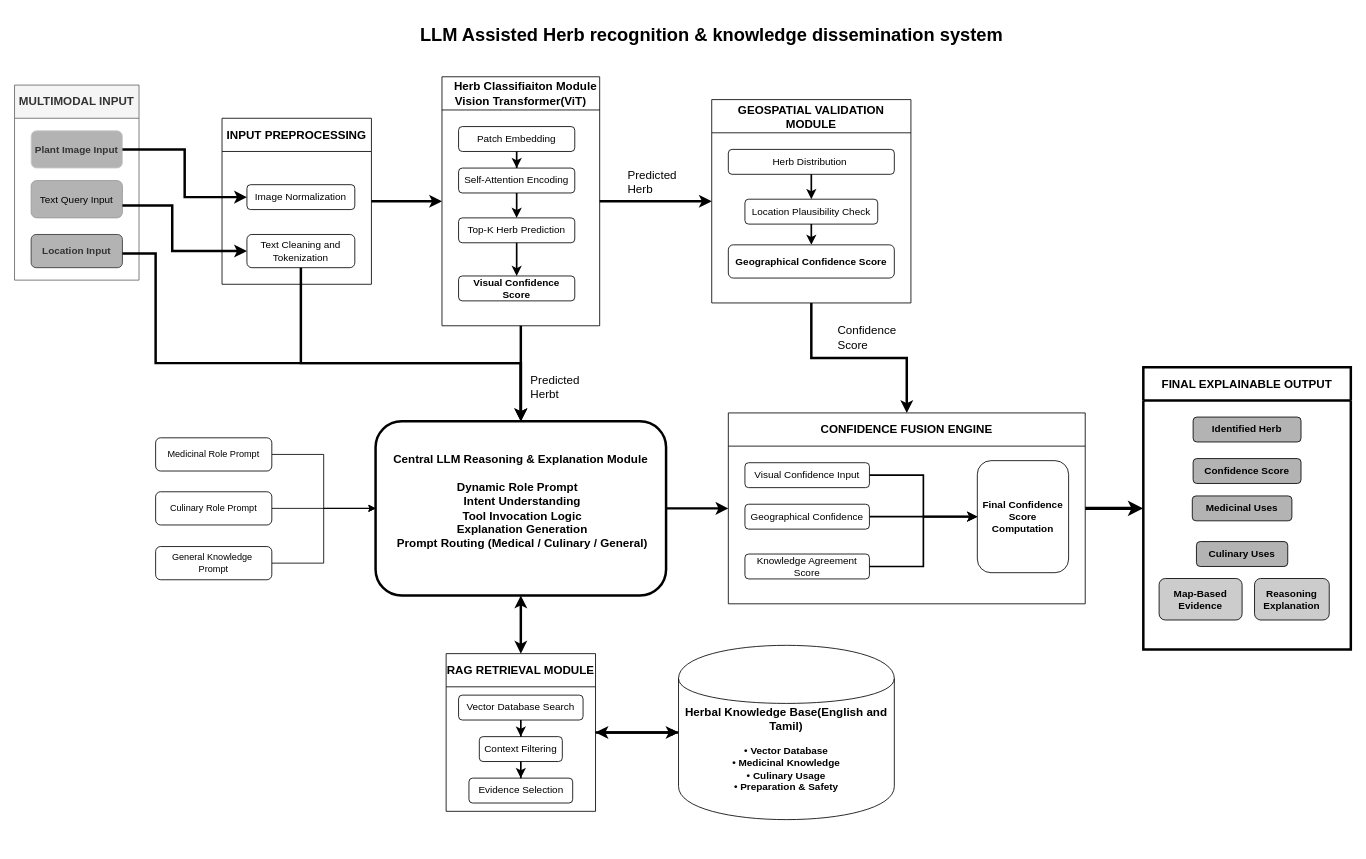
Earlier version of the draw.io diagram Architecture.drawio (Raja-saga/herb-recognition_final). Source tidied: cells renumbered, new cells numbered last; positions are measured from the earlier drawing's top-left corner, leaving out a move shared by most shapes. Both pictures are drawn from the tidied source at 83%, with x=0, y=0 at pixel (14, 14).
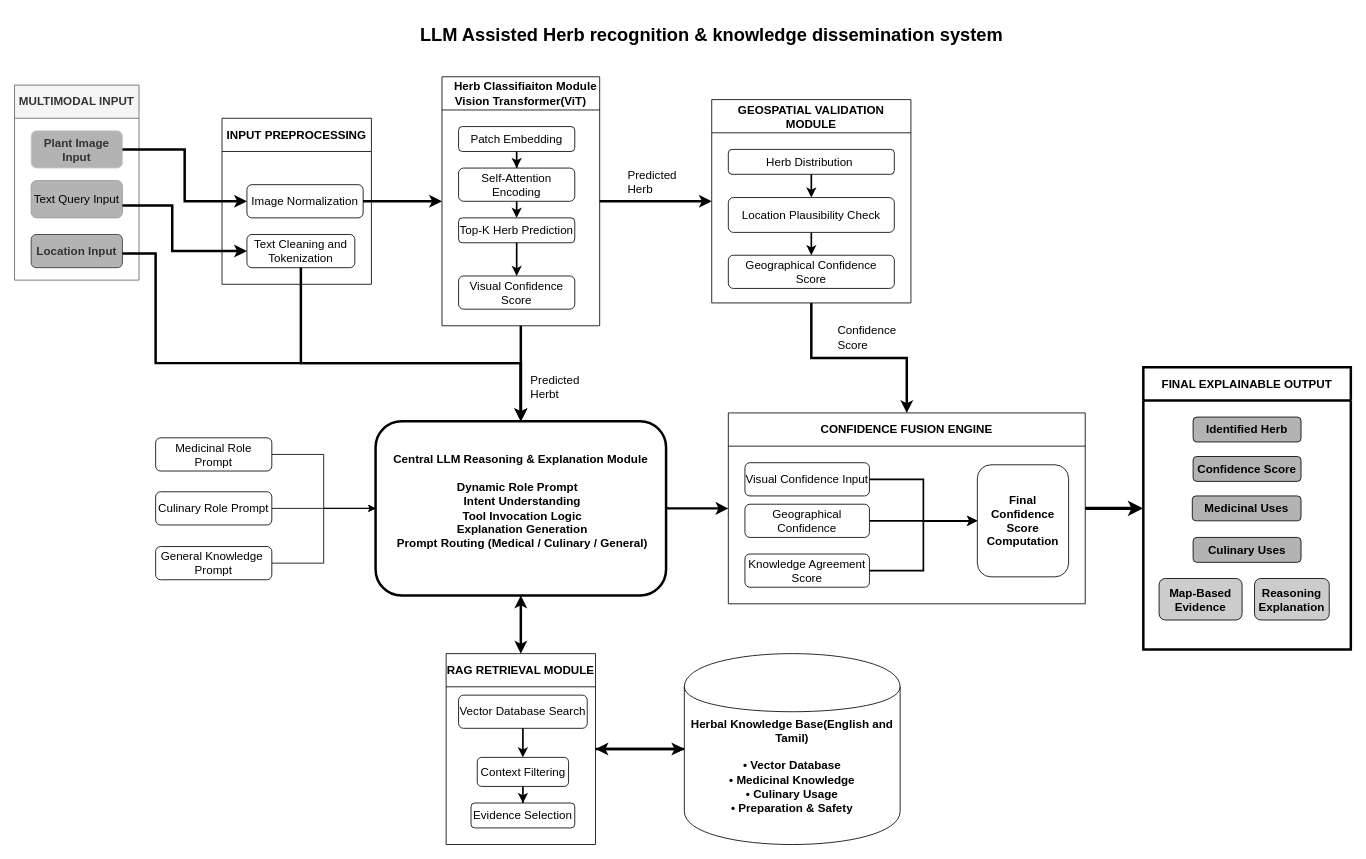
Above is the later version.

Unchanged cells that the change refers to:
```xml
<mxCell id="3" value="MULTIMODAL INPUT" style="swimlane;whiteSpace=wrap;html=1;fontSize=14;fontStyle=1;startSize=40;fillColor=#f5f5f5;strokeColor=#666666;fontColor=#333333;" parent="1" vertex="1">
  <mxGeometry y="85" width="150" height="235" as="geometry" />
</mxCell>
<mxCell id="7" value="INPUT PREPROCESSING" style="swimlane;whiteSpace=wrap;html=1;fontSize=14;fontStyle=1;startSize=40;" parent="1" vertex="1">
  <mxGeometry x="250" y="125" width="180" height="200" as="geometry" />
</mxCell>
<mxCell id="10" value="&amp;nbsp; &amp;nbsp;Herb Classifiaiton Module&lt;br&gt;Vision Transformer(ViT)" style="swimlane;whiteSpace=wrap;html=1;fontSize=14;fontStyle=1;startSize=40;" parent="1" vertex="1">
  <mxGeometry x="515" y="75" width="190" height="300" as="geometry" />
</mxCell>
<mxCell id="16" value="GEOSPATIAL VALIDATION MODULE" style="swimlane;whiteSpace=wrap;html=1;fontSize=14;fontStyle=1;startSize=40;" parent="1" vertex="1">
  <mxGeometry x="840" y="102.5" width="240" height="245" as="geometry" />
</mxCell>
<mxCell id="27" value="CONFIDENCE FUSION ENGINE" style="swimlane;whiteSpace=wrap;html=1;fontSize=14;fontStyle=1;startSize=40;" parent="1" vertex="1">
  <mxGeometry x="860" y="480" width="430" height="230" as="geometry" />
</mxCell>
<mxCell id="34" value="FINAL EXPLAINABLE OUTPUT" style="swimlane;whiteSpace=wrap;html=1;fontSize=14;fontStyle=1;startSize=40;strokeWidth=3;" parent="1" vertex="1">
  <mxGeometry x="1360" y="425" width="250" height="340" as="geometry" />
</mxCell>
```

Diff of the diagram source:
```diff
@@
-    <mxCell id="4" value="&lt;b&gt;Plant Image Input&lt;/b&gt;" style="rounded=1;whiteSpace=wrap;html=1;fontSize=12;fillColor=#B3B3B3;strokeColor=#CCCCCC;fontColor=#333333;" parent="3" vertex="1">
+    <mxCell id="4" value="&lt;b&gt;&lt;font style=&quot;font-size: 14px&quot;&gt;Plant Image Input&lt;/font&gt;&lt;/b&gt;" style="rounded=1;whiteSpace=wrap;html=1;fontSize=12;fillColor=#B3B3B3;strokeColor=#CCCCCC;fontColor=#333333;" parent="3" vertex="1">
       <mxGeometry x="20" y="55" width="110" height="45" as="geometry" />
     </mxCell>
-    <mxCell id="5" value="&lt;font color=&quot;#000000&quot;&gt;Text Query Input&lt;/font&gt;" style="rounded=1;whiteSpace=wrap;html=1;fontSize=12;fillColor=#B3B3B3;strokeColor=#999999;fontColor=#333333;" parent="3" vertex="1">
+    <mxCell id="5" value="&lt;font color=&quot;#000000&quot; style=&quot;font-size: 14px&quot;&gt;Text Query Input&lt;/font&gt;" style="rounded=1;whiteSpace=wrap;html=1;fontSize=12;fillColor=#B3B3B3;strokeColor=#999999;fontColor=#333333;" parent="3" vertex="1">
       <mxGeometry x="20" y="115" width="110" height="45" as="geometry" />
     </mxCell>
-    <mxCell id="6" value="&lt;b&gt;Location Input&lt;/b&gt;" style="rounded=1;whiteSpace=wrap;html=1;fontSize=12;fillColor=#B3B3B3;strokeColor=#333333;fontColor=#333333;" parent="3" vertex="1">
+    <mxCell id="6" value="&lt;b&gt;&lt;font style=&quot;font-size: 14px&quot;&gt;Location Input&lt;/font&gt;&lt;/b&gt;" style="rounded=1;whiteSpace=wrap;html=1;fontSize=12;fillColor=#B3B3B3;strokeColor=#333333;fontColor=#333333;" parent="3" vertex="1">
       <mxGeometry x="20" y="180" width="110" height="40" as="geometry" />
     </mxCell>
@@
-    <mxCell id="8" value="Image Normalization" style="rounded=1;whiteSpace=wrap;html=1;fontSize=12;" parent="7" vertex="1">
-      <mxGeometry x="30" y="80" width="130" height="30" as="geometry" />
+    <mxCell id="8" value="&lt;font style=&quot;font-size: 14px&quot;&gt;Image Normalization&lt;/font&gt;" style="rounded=1;whiteSpace=wrap;html=1;fontSize=12;" parent="7" vertex="1">
+      <mxGeometry x="30" y="80" width="140" height="40" as="geometry" />
     </mxCell>
-    <mxCell id="9" value="Text Cleaning and Tokenization" style="rounded=1;whiteSpace=wrap;html=1;fontSize=12;" parent="7" vertex="1">
+    <mxCell id="9" value="&lt;font style=&quot;font-size: 14px&quot;&gt;Text Cleaning and Tokenization&lt;/font&gt;" style="rounded=1;whiteSpace=wrap;html=1;fontSize=12;" parent="7" vertex="1">
       <mxGeometry x="30" y="140" width="130" height="40" as="geometry" />
     </mxCell>
@@
-    <mxCell id="11" value="Patch Embedding" style="rounded=1;whiteSpace=wrap;html=1;fontSize=12;" parent="10" vertex="1">
+    <mxCell id="11" value="&lt;font style=&quot;font-size: 14px&quot;&gt;Patch Embedding&lt;/font&gt;" style="rounded=1;whiteSpace=wrap;html=1;fontSize=12;" parent="10" vertex="1">
       <mxGeometry x="20" y="60" width="140" height="30" as="geometry" />
     </mxCell>
@@
-    <mxCell id="13" value="Self-Attention Encoding" style="rounded=1;whiteSpace=wrap;html=1;fontSize=12;" parent="10" vertex="1">
-      <mxGeometry x="20" y="110" width="140" height="30" as="geometry" />
+    <mxCell id="13" value="&lt;font style=&quot;font-size: 14px&quot;&gt;Self-Attention Encoding&lt;/font&gt;" style="rounded=1;whiteSpace=wrap;html=1;fontSize=12;" parent="10" vertex="1">
+      <mxGeometry x="20" y="110" width="140" height="40" as="geometry" />
     </mxCell>
-    <mxCell id="14" value="Top-K Herb Prediction" style="rounded=1;whiteSpace=wrap;html=1;fontSize=12;" parent="10" vertex="1">
+    <mxCell id="14" value="&lt;font style=&quot;font-size: 14px&quot;&gt;Top-K Herb Prediction&lt;/font&gt;" style="rounded=1;whiteSpace=wrap;html=1;fontSize=12;" parent="10" vertex="1">
       <mxGeometry x="20" y="170" width="140" height="30" as="geometry" />
     </mxCell>
-    <mxCell id="15" value="Visual Confidence Score" style="rounded=1;whiteSpace=wrap;html=1;fontSize=12;fontStyle=1;" parent="10" vertex="1">
-      <mxGeometry x="20" y="240" width="140" height="30" as="geometry" />
+    <mxCell id="15" value="&lt;font style=&quot;font-size: 14px ; font-weight: normal&quot;&gt;Visual Confidence Score&lt;/font&gt;" style="rounded=1;whiteSpace=wrap;html=1;fontSize=12;fontStyle=1;" parent="10" vertex="1">
+      <mxGeometry x="20" y="240" width="140" height="40" as="geometry" />
     </mxCell>
@@
-    <mxCell id="17" value="Herb Distribution&amp;nbsp;" style="rounded=1;whiteSpace=wrap;html=1;fontSize=12;" parent="16" vertex="1">
+    <mxCell id="17" value="&lt;font style=&quot;font-size: 14px&quot;&gt;Herb Distribution&amp;nbsp;&lt;/font&gt;" style="rounded=1;whiteSpace=wrap;html=1;fontSize=12;" parent="16" vertex="1">
       <mxGeometry x="20" y="60" width="200" height="30" as="geometry" />
     </mxCell>
@@
-    <mxCell id="19" value="Location Plausibility Check" style="rounded=1;whiteSpace=wrap;html=1;fontSize=12;" parent="16" vertex="1">
-      <mxGeometry x="40" y="120" width="160" height="30" as="geometry" />
+    <mxCell id="19" value="&lt;font style=&quot;font-size: 14px&quot;&gt;Location Plausibility Check&lt;/font&gt;" style="rounded=1;whiteSpace=wrap;html=1;fontSize=12;" parent="16" vertex="1">
+      <mxGeometry x="20" y="118" width="200" height="42" as="geometry" />
     </mxCell>
-    <mxCell id="20" value="Geographical Confidence Score" style="rounded=1;whiteSpace=wrap;html=1;fontSize=12;fontStyle=1;" parent="16" vertex="1">
-      <mxGeometry x="20" y="175" width="200" height="40" as="geometry" />
+    <mxCell id="20" value="&lt;font style=&quot;font-size: 14px ; font-weight: normal&quot;&gt;Geographical Confidence Score&lt;/font&gt;" style="rounded=1;whiteSpace=wrap;html=1;fontSize=12;fontStyle=1;" parent="16" vertex="1">
+      <mxGeometry x="20" y="187.5" width="200" height="40" as="geometry" />
     </mxCell>
@@
     <mxCell id="23" value="RAG RETRIEVAL MODULE" style="swimlane;whiteSpace=wrap;html=1;fontSize=14;fontStyle=1;startSize=40;" parent="1" vertex="1">
-      <mxGeometry x="520" y="770" width="180" height="190" as="geometry" />
+      <mxGeometry x="520" y="770" width="180" height="230" as="geometry" />
     </mxCell>
-    <mxCell id="24" value="Vector Database Search" style="rounded=1;whiteSpace=wrap;html=1;fontSize=12;" parent="23" vertex="1">
-      <mxGeometry x="15" y="50" width="150" height="30" as="geometry" />
+    <mxCell id="24" value="&lt;font style=&quot;font-size: 14px&quot;&gt;Vector Database Search&lt;/font&gt;" style="rounded=1;whiteSpace=wrap;html=1;fontSize=12;" parent="23" vertex="1">
+      <mxGeometry x="15" y="50" width="155" height="40" as="geometry" />
     </mxCell>
-    <mxCell id="25" value="Context Filtering" style="rounded=1;whiteSpace=wrap;html=1;fontSize=12;" parent="23" vertex="1">
-      <mxGeometry x="40" y="100" width="100" height="30" as="geometry" />
+    <mxCell id="25" value="&lt;font style=&quot;font-size: 14px&quot;&gt;Context Filtering&lt;/font&gt;" style="rounded=1;whiteSpace=wrap;html=1;fontSize=12;" parent="23" vertex="1">
+      <mxGeometry x="37.5" y="125" width="110" height="35" as="geometry" />
     </mxCell>
-    <mxCell id="26" value="Evidence Selection" style="rounded=1;whiteSpace=wrap;html=1;fontSize=12;" parent="23" vertex="1">
-      <mxGeometry x="27.5" y="150" width="125" height="30" as="geometry" />
+    <mxCell id="26" value="&lt;font style=&quot;font-size: 14px&quot;&gt;Evidence Selection&lt;/font&gt;" style="rounded=1;whiteSpace=wrap;html=1;fontSize=12;" parent="23" vertex="1">
+      <mxGeometry x="30" y="180" width="125" height="30" as="geometry" />
     </mxCell>
@@
-    <mxCell id="29" value="Visual Confidence Input" style="rounded=1;whiteSpace=wrap;html=1;fontSize=12;" parent="27" vertex="1">
-      <mxGeometry x="20" y="60" width="150" height="30" as="geometry" />
+    <mxCell id="29" value="&lt;font style=&quot;font-size: 14px&quot;&gt;Visual Confidence Input&lt;/font&gt;" style="rounded=1;whiteSpace=wrap;html=1;fontSize=12;" parent="27" vertex="1">
+      <mxGeometry x="20" y="60" width="150" height="40" as="geometry" />
     </mxCell>
@@
-    <mxCell id="31" value="Geographical Confidence" style="rounded=1;whiteSpace=wrap;html=1;fontSize=12;" parent="27" vertex="1">
-      <mxGeometry x="20" y="110" width="150" height="30" as="geometry" />
+    <mxCell id="31" value="&lt;font style=&quot;font-size: 14px&quot;&gt;Geographical Confidence&lt;/font&gt;" style="rounded=1;whiteSpace=wrap;html=1;fontSize=12;" parent="27" vertex="1">
+      <mxGeometry x="20" y="110" width="150" height="40" as="geometry" />
     </mxCell>
-    <mxCell id="32" value="Knowledge Agreement Score" style="rounded=1;whiteSpace=wrap;html=1;fontSize=12;" parent="27" vertex="1">
-      <mxGeometry x="20" y="170" width="150" height="30" as="geometry" />
+    <mxCell id="32" value="&lt;font style=&quot;font-size: 14px&quot;&gt;Knowledge Agreement Score&lt;/font&gt;" style="rounded=1;whiteSpace=wrap;html=1;fontSize=12;" parent="27" vertex="1">
+      <mxGeometry x="20" y="170" width="150" height="40" as="geometry" />
     </mxCell>
-    <mxCell id="33" value="Final Confidence Score Computation" style="rounded=1;whiteSpace=wrap;html=1;fontSize=12;fontStyle=1;" parent="27" vertex="1">
-      <mxGeometry x="300" y="57.5" width="110" height="135" as="geometry" />
+    <mxCell id="33" value="&lt;font style=&quot;font-size: 14px&quot;&gt;Final Confidence Score Computation&lt;/font&gt;" style="rounded=1;whiteSpace=wrap;html=1;fontSize=12;fontStyle=1;" parent="27" vertex="1">
+      <mxGeometry x="300" y="62.5" width="110" height="135" as="geometry" />
     </mxCell>
@@
-    <mxCell id="35" value="Identified Herb" style="rounded=1;whiteSpace=wrap;html=1;fontSize=12;fontStyle=1;fillColor=#B3B3B3;" parent="34" vertex="1">
+    <mxCell id="35" value="&lt;font style=&quot;font-size: 14px&quot;&gt;Identified Herb&lt;/font&gt;" style="rounded=1;whiteSpace=wrap;html=1;fontSize=12;fontStyle=1;fillColor=#B3B3B3;" parent="34" vertex="1">
       <mxGeometry x="60" y="60" width="130" height="30" as="geometry" />
     </mxCell>
-    <mxCell id="36" value="Confidence Score" style="rounded=1;whiteSpace=wrap;html=1;fontSize=12;fontStyle=1;fillColor=#B3B3B3;" parent="34" vertex="1">
-      <mxGeometry x="60" y="110" width="130" height="30" as="geometry" />
+    <mxCell id="36" value="&lt;font style=&quot;font-size: 14px&quot;&gt;Confidence Score&lt;/font&gt;" style="rounded=1;whiteSpace=wrap;html=1;fontSize=12;fontStyle=1;fillColor=#B3B3B3;" parent="34" vertex="1">
+      <mxGeometry x="60" y="107.5" width="130" height="30" as="geometry" />
     </mxCell>
-    <mxCell id="37" value="&lt;b&gt;Medicinal Uses&lt;/b&gt;" style="rounded=1;whiteSpace=wrap;html=1;fontSize=12;fillColor=#B3B3B3;" parent="34" vertex="1">
-      <mxGeometry x="59" y="155" width="120" height="30" as="geometry" />
+    <mxCell id="37" value="&lt;b&gt;&lt;font style=&quot;font-size: 14px&quot;&gt;Medicinal Uses&lt;/font&gt;&lt;/b&gt;" style="rounded=1;whiteSpace=wrap;html=1;fontSize=12;fillColor=#B3B3B3;" parent="34" vertex="1">
+      <mxGeometry x="59" y="155" width="131" height="30" as="geometry" />
     </mxCell>
-    <mxCell id="38" value="&lt;b&gt;Culinary Uses&lt;/b&gt;" style="rounded=1;whiteSpace=wrap;html=1;fontSize=12;fillColor=#B3B3B3;" parent="34" vertex="1">
-      <mxGeometry x="64" y="210" width="110" height="30" as="geometry" />
+    <mxCell id="38" value="&lt;b&gt;&lt;font style=&quot;font-size: 14px&quot;&gt;Culinary Uses&lt;/font&gt;&lt;/b&gt;" style="rounded=1;whiteSpace=wrap;html=1;fontSize=12;fillColor=#B3B3B3;" parent="34" vertex="1">
+      <mxGeometry x="60" y="205" width="130" height="30" as="geometry" />
     </mxCell>
-    <mxCell id="39" value="&lt;b&gt;Map-Based Evidence&lt;/b&gt;" style="rounded=1;whiteSpace=wrap;html=1;fontSize=12;fillColor=#CCCCCC;" parent="34" vertex="1">
+    <mxCell id="39" value="&lt;b&gt;&lt;font style=&quot;font-size: 14px&quot;&gt;Map-Based Evidence&lt;/font&gt;&lt;/b&gt;" style="rounded=1;whiteSpace=wrap;html=1;fontSize=12;fillColor=#CCCCCC;" parent="34" vertex="1">
       <mxGeometry x="19" y="254.5" width="100" height="50" as="geometry" />
     </mxCell>
-    <mxCell id="40" value="&lt;b&gt;Reasoning Explanation&lt;/b&gt;" style="rounded=1;whiteSpace=wrap;html=1;fontSize=12;fillColor=#CCCCCC;" parent="34" vertex="1">
+    <mxCell id="40" value="&lt;b&gt;&lt;font style=&quot;font-size: 14px&quot;&gt;Reasoning Explanation&lt;/font&gt;&lt;/b&gt;" style="rounded=1;whiteSpace=wrap;html=1;fontSize=12;fillColor=#CCCCCC;" parent="34" vertex="1">
       <mxGeometry x="134" y="254.5" width="90" height="50" as="geometry" />
     </mxCell>
-    <mxCell id="41" style="edgeStyle=orthogonalEdgeStyle;rounded=0;jettySize=auto;html=1;strokeWidth=3;" parent="1" edge="1" source="7" target="10">
-      <mxGeometry relative="1" as="geometry" />
-    </mxCell>
@@
-    <mxCell id="56" value="&lt;font style=&quot;font-size: 14px&quot;&gt;&lt;span style=&quot;font-weight: 700&quot;&gt;Herbal Knowledge Base(English and Tamil)&lt;/span&gt;&lt;br style=&quot;font-weight: 700&quot;&gt;&lt;/font&gt;&lt;br style=&quot;font-weight: 700&quot;&gt;&lt;span style=&quot;font-weight: 700&quot;&gt;• Vector Database&lt;/span&gt;&lt;br style=&quot;font-weight: 700&quot;&gt;&lt;span style=&quot;font-weight: 700&quot;&gt;• Medicinal Knowledge&lt;/span&gt;&lt;br style=&quot;font-weight: 700&quot;&gt;&lt;span style=&quot;font-weight: 700&quot;&gt;• Culinary Usage&lt;/span&gt;&lt;br style=&quot;font-weight: 700&quot;&gt;&lt;span style=&quot;font-weight: 700&quot;&gt;• Preparation &amp;amp; Safety&lt;/span&gt;" style="shape=cylinder;whiteSpace=wrap;html=1;boundedLbl=1;backgroundOutline=1;" parent="1" vertex="1">
-      <mxGeometry x="800" y="760" width="260" height="210" as="geometry" />
+    <mxCell id="56" value="&lt;font style=&quot;font-size: 14px&quot;&gt;&lt;font&gt;&lt;span style=&quot;font-weight: 700&quot;&gt;Herbal Knowledge Base(English and Tamil)&lt;/span&gt;&lt;br style=&quot;font-weight: 700&quot;&gt;&lt;/font&gt;&lt;br style=&quot;font-weight: 700&quot;&gt;&lt;span style=&quot;font-weight: 700&quot;&gt;• Vector Database&lt;/span&gt;&lt;br style=&quot;font-weight: 700&quot;&gt;&lt;span style=&quot;font-weight: 700&quot;&gt;• Medicinal Knowledge&lt;/span&gt;&lt;br style=&quot;font-weight: 700&quot;&gt;&lt;span style=&quot;font-weight: 700&quot;&gt;• Culinary Usage&lt;/span&gt;&lt;br style=&quot;font-weight: 700&quot;&gt;&lt;span style=&quot;font-weight: 700&quot;&gt;• Preparation &amp;amp; Safety&lt;/span&gt;&lt;/font&gt;" style="shape=cylinder;whiteSpace=wrap;html=1;boundedLbl=1;backgroundOutline=1;" parent="1" vertex="1">
+      <mxGeometry x="807" y="770" width="260" height="230" as="geometry" />
     </mxCell>
@@
-    <mxCell id="61" value="Medicinal Role Prompt" style="rounded=1;whiteSpace=wrap;html=1;fontSize=11;" parent="1" vertex="1">
+    <mxCell id="61" value="&lt;font style=&quot;font-size: 14px&quot;&gt;Medicinal Role Prompt&lt;/font&gt;" style="rounded=1;whiteSpace=wrap;html=1;fontSize=11;" parent="1" vertex="1">
       <mxGeometry x="170" y="510" width="140" height="40" as="geometry" />
     </mxCell>
@@
-    <mxCell id="63" value="Culinary Role Prompt" style="rounded=1;whiteSpace=wrap;html=1;fontSize=11;" parent="1" vertex="1">
+    <mxCell id="63" value="&lt;font style=&quot;font-size: 14px&quot;&gt;Culinary Role Prompt&lt;/font&gt;" style="rounded=1;whiteSpace=wrap;html=1;fontSize=11;" parent="1" vertex="1">
       <mxGeometry x="170" y="575" width="140" height="40" as="geometry" />
     </mxCell>
@@
-    <mxCell id="65" value="General Knowledge&amp;nbsp; Prompt" style="rounded=1;whiteSpace=wrap;html=1;fontSize=11;" parent="1" vertex="1">
+    <mxCell id="65" value="&lt;font style=&quot;font-size: 14px&quot;&gt;General Knowledge&amp;nbsp; Prompt&lt;/font&gt;" style="rounded=1;whiteSpace=wrap;html=1;fontSize=11;" parent="1" vertex="1">
       <mxGeometry x="170" y="641" width="140" height="40" as="geometry" />
     </mxCell>
@@
+    <mxCell id="73" style="edgeStyle=orthogonalEdgeStyle;rounded=0;jettySize=auto;html=1;entryX=0;entryY=0.5;entryDx=0;entryDy=0;strokeWidth=3;" parent="1" edge="1" source="8" target="10">
+      <mxGeometry relative="1" as="geometry" />
+    </mxCell>
```
